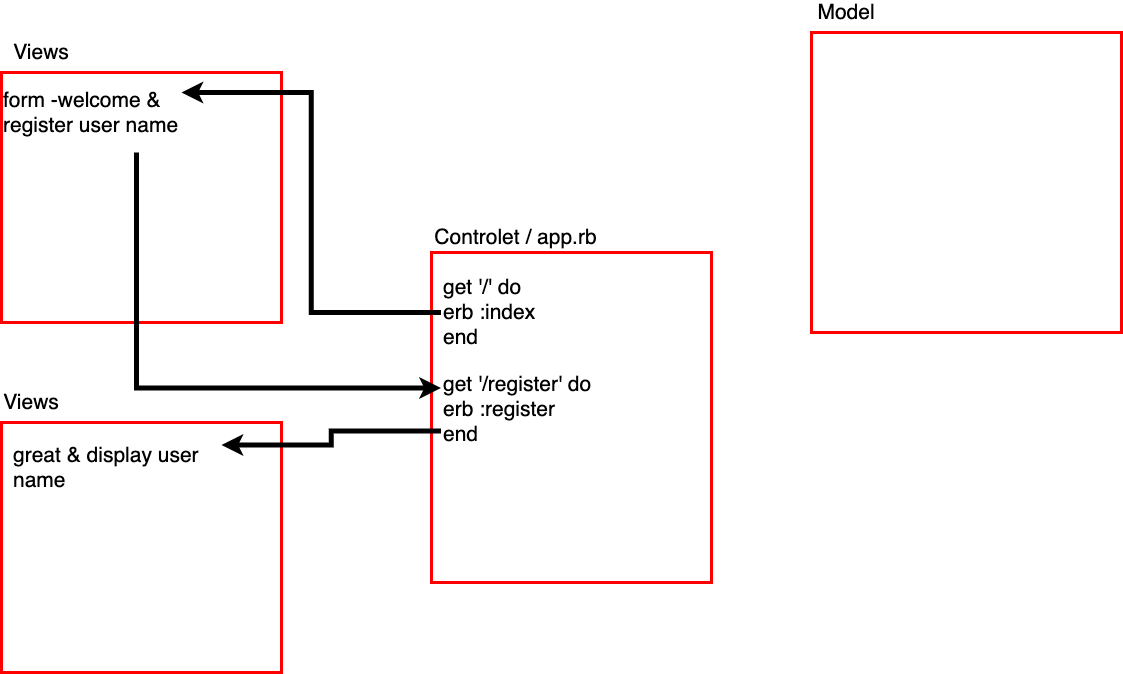
makersacademy/rps-challenge-apprenticeships keeps this draw.io diagram as diagram.drawio.png. Above is the earlier version. Source tidied: cells renumbered, new cells last; positions are measured from the earlier drawing's top-left corner, leaving out a move shared by most shapes.
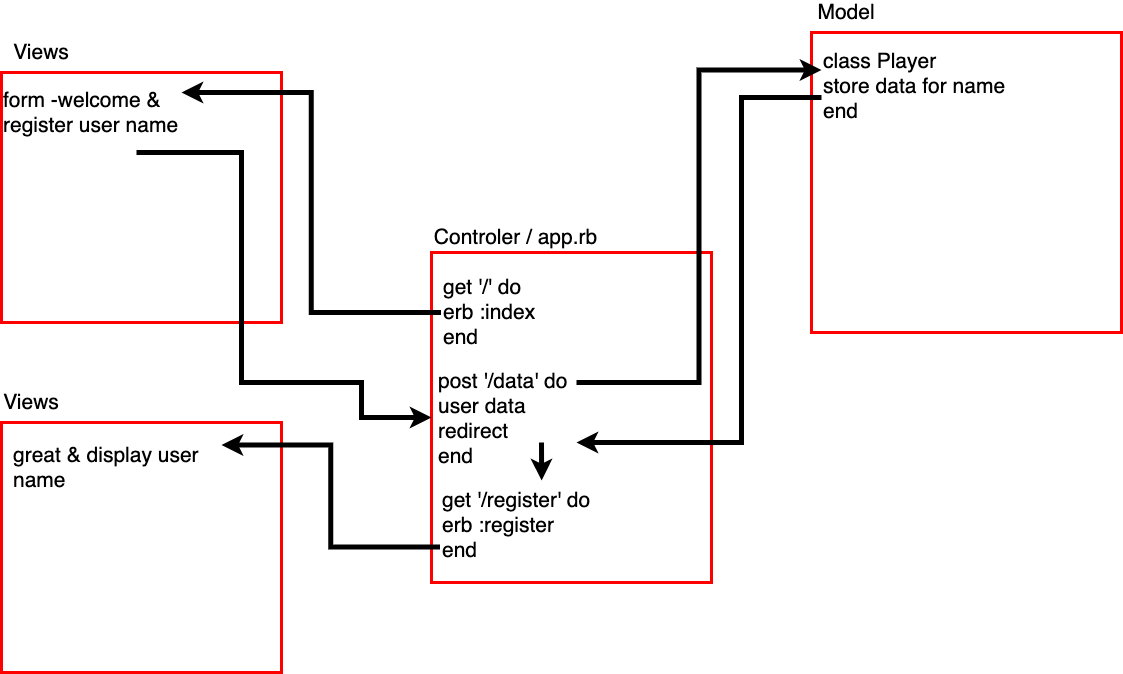
After the change.

Commit message:
refactor to use model & update diagram

Change to the diagram source:
```diff
@@ -8,7 +8,7 @@
     <mxCell id="3" style="rounded=0;whiteSpace=wrap;html=1;strokeWidth=3;fillColor=none;strokeColor=#FF0000;" parent="1" vertex="1">
       <mxGeometry x="430" y="250" width="280" height="330" as="geometry" />
     </mxCell>
-    <mxCell id="4" value="Controlet / app.rb&lt;br&gt;" style="text;html=1;strokeColor=none;fillColor=none;align=center;verticalAlign=middle;whiteSpace=wrap;rounded=0;fontSize=21;" parent="1" vertex="1">
+    <mxCell id="4" value="Controler / app.rb" style="text;html=1;strokeColor=none;fillColor=none;align=center;verticalAlign=middle;whiteSpace=wrap;rounded=0;fontSize=21;" parent="1" vertex="1">
       <mxGeometry x="410" y="225" width="209" height="20" as="geometry" />
     </mxCell>
     <mxCell id="5" style="rounded=0;whiteSpace=wrap;html=1;fontSize=21;strokeWidth=3;fillColor=none;strokeColor=#FF0000;" parent="1" vertex="1">
@@ -26,11 +26,22 @@
     <mxCell id="9" style="edgeStyle=orthogonalEdgeStyle;rounded=0;jettySize=auto;html=1;exitX=0;exitY=0.5;exitDx=0;exitDy=0;entryX=1;entryY=0.25;entryDx=0;entryDy=0;fontSize=21;strokeWidth=5;" parent="1" edge="1" source="10" target="12">
       <mxGeometry relative="1" as="geometry" />
     </mxCell>
+    <mxCell id="17" style="edgeStyle=orthogonalEdgeStyle;rounded=0;jettySize=auto;html=1;exitX=1;exitY=0.25;exitDx=0;exitDy=0;fontSize=21;strokeWidth=5;entryX=0;entryY=0.25;entryDx=0;entryDy=0;" parent="1" edge="1" source="21" target="19">
+      <mxGeometry relative="1" as="geometry" />
+    </mxCell>
     <mxCell id="10" value="get '/' do&lt;br&gt;&lt;div&gt;&lt;span&gt;erb :index&lt;/span&gt;&lt;/div&gt;&lt;div&gt;&lt;span&gt;end&lt;/span&gt;&lt;/div&gt;" style="text;html=1;strokeColor=none;fillColor=none;align=left;verticalAlign=middle;whiteSpace=wrap;rounded=0;fontSize=21;" parent="1" vertex="1">
       <mxGeometry x="439.5" y="270" width="150" height="80" as="geometry" />
     </mxCell>
-    <mxCell id="11" style="edgeStyle=orthogonalEdgeStyle;rounded=0;jettySize=auto;html=1;exitX=0.75;exitY=1;exitDx=0;exitDy=0;entryX=0;entryY=0.25;entryDx=0;entryDy=0;fontSize=21;strokeWidth=5;" parent="1" edge="1" source="12" target="14">
-      <mxGeometry relative="1" as="geometry" />
+    <mxCell id="11" style="edgeStyle=orthogonalEdgeStyle;rounded=0;jettySize=auto;html=1;entryX=0;entryY=0.5;entryDx=0;entryDy=0;fontSize=21;strokeWidth=5;" parent="1" edge="1" target="3">
+      <mxGeometry relative="1" as="geometry">
+        <mxPoint x="135" y="150" as="sourcePoint" />
+        <Array as="points">
+          <mxPoint x="240" y="150" />
+          <mxPoint x="240" y="380" />
+          <mxPoint x="360" y="380" />
+          <mxPoint x="360" y="415" />
+        </Array>
+      </mxGeometry>
     </mxCell>
     <mxCell id="12" value="form -welcome &amp;amp;&amp;nbsp; register user name" style="text;html=1;strokeColor=none;fillColor=none;align=left;verticalAlign=middle;whiteSpace=wrap;rounded=0;fontSize=21;" parent="1" vertex="1">
       <mxGeometry y="70" width="180" height="80" as="geometry" />
@@ -39,7 +50,7 @@
       <mxGeometry relative="1" as="geometry" />
     </mxCell>
     <mxCell id="14" value="get '/register' do&lt;br&gt;&lt;div&gt;&lt;span&gt;erb :register&lt;/span&gt;&lt;/div&gt;&lt;div&gt;&lt;span&gt;end&lt;/span&gt;&lt;/div&gt;" style="text;html=1;strokeColor=none;fillColor=none;align=left;verticalAlign=middle;whiteSpace=wrap;rounded=0;fontSize=21;" parent="1" vertex="1">
-      <mxGeometry x="439.5" y="364" width="230.5" height="86" as="geometry" />
+      <mxGeometry x="438.5" y="480" width="180.5" height="86" as="geometry" />
     </mxCell>
     <mxCell id="15" value="great &amp;amp; display user name" style="text;html=1;strokeColor=none;fillColor=none;align=left;verticalAlign=middle;whiteSpace=wrap;rounded=0;fontSize=21;" parent="1" vertex="1">
       <mxGeometry x="10" y="420" width="210" height="90" as="geometry" />
@@ -47,5 +58,22 @@
     <mxCell id="16" value="Views" style="text;html=1;strokeColor=none;fillColor=none;align=center;verticalAlign=middle;whiteSpace=wrap;rounded=0;fontSize=21;" parent="1" vertex="1">
       <mxGeometry x="10" y="390" width="40" height="20" as="geometry" />
     </mxCell>
+    <mxCell id="18" style="edgeStyle=orthogonalEdgeStyle;rounded=0;jettySize=auto;html=1;exitX=0;exitY=0.5;exitDx=0;exitDy=0;fontSize=21;strokeWidth=5;entryX=1;entryY=1;entryDx=0;entryDy=0;" parent="1" edge="1" source="19" target="21">
+      <mxGeometry relative="1" as="geometry">
+        <Array as="points">
+          <mxPoint x="740" y="95" />
+          <mxPoint x="740" y="440" />
+        </Array>
+      </mxGeometry>
+    </mxCell>
+    <mxCell id="19" value="class Player&lt;br&gt;store data for name&lt;br&gt;end" style="text;html=1;strokeColor=none;fillColor=none;align=left;verticalAlign=top;whiteSpace=wrap;rounded=0;fontSize=21;" parent="1" vertex="1">
+      <mxGeometry x="820" y="40" width="220" height="110" as="geometry" />
+    </mxCell>
+    <mxCell id="20" style="edgeStyle=orthogonalEdgeStyle;rounded=0;jettySize=auto;html=1;exitX=0.75;exitY=1;exitDx=0;exitDy=0;entryX=0.563;entryY=-0.023;entryDx=0;entryDy=0;entryPerimeter=0;fontSize=21;strokeWidth=5;" parent="1" edge="1" source="21" target="14">
+      <mxGeometry relative="1" as="geometry" />
+    </mxCell>
+    <mxCell id="21" value="post '/data' do&lt;br&gt;user data&lt;br&gt;redirect&lt;br&gt;end" style="text;html=1;strokeColor=none;fillColor=none;align=left;verticalAlign=top;whiteSpace=wrap;rounded=0;fontSize=21;" parent="1" vertex="1">
+      <mxGeometry x="435" y="360" width="140" height="80" as="geometry" />
+    </mxCell>
   </root>
 </mxGraphModel>
```
